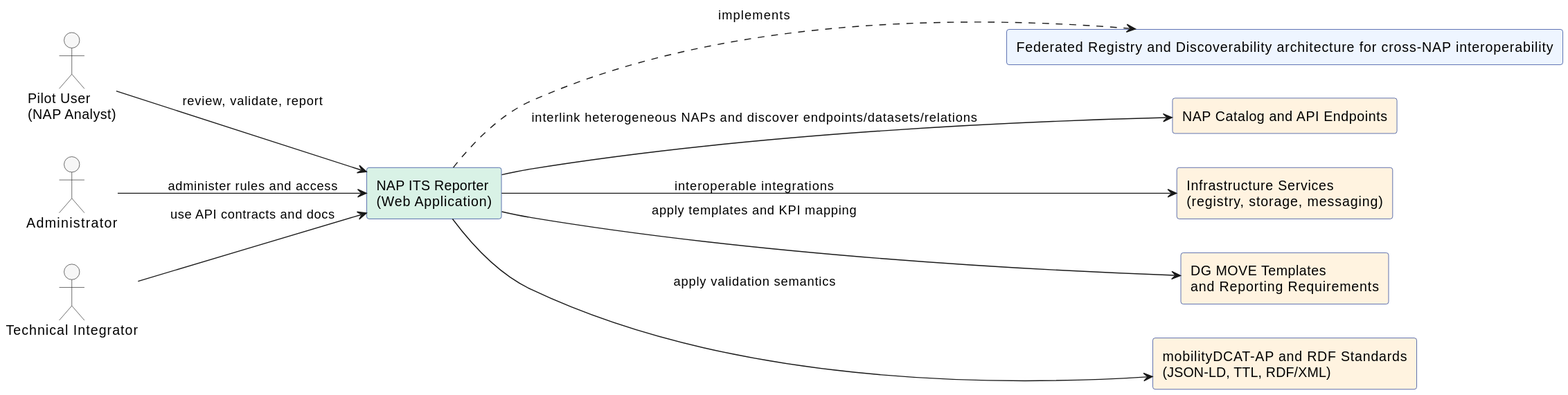
This is Napcore-ITS-Reporting/docs/architecture/svg/system-context.svg from UM-KGPI/Napcore-ITS-Reporting, a PlantUML export, as it was before one commit.
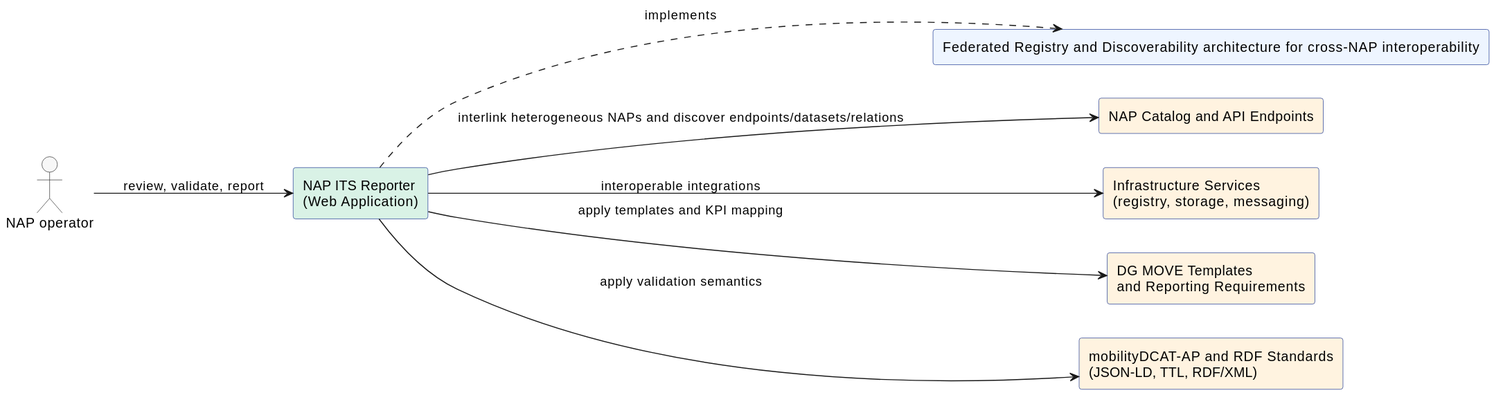
After the commit.

Commit message:
Use NAP operator stakeholder and add Mermaid SVG export

Change to the diagram source:
```diff
@@ -13,9 +13,7 @@
   BorderColor #333333
 }
 
-actor "Pilot User\n(NAP Analyst)" as U1
-actor "Administrator" as U2
-actor "Technical Integrator" as U3
+actor "NAP operator" as U
 
 rectangle "NAP ITS Reporter\n(Web Application)" as APP #d9f2e6
 rectangle "Federated Registry and Discoverability architecture for cross-NAP interoperability" as PATTERN #eef5ff
@@ -25,9 +23,7 @@
 rectangle "DG MOVE Templates\nand Reporting Requirements" as DGMOVE #fff3e0
 rectangle "mobilityDCAT-AP and RDF Standards\n(JSON-LD, TTL, RDF/XML)" as STD #fff3e0
 
-U1 --> APP : review, validate, report
-U2 --> APP : administer rules and access
-U3 --> APP : use API contracts and docs
+U --> APP : review, validate, report
 APP ..> PATTERN : implements
 
 APP --> NAP : interlink heterogeneous NAPs and discover endpoints/datasets/relations
```
